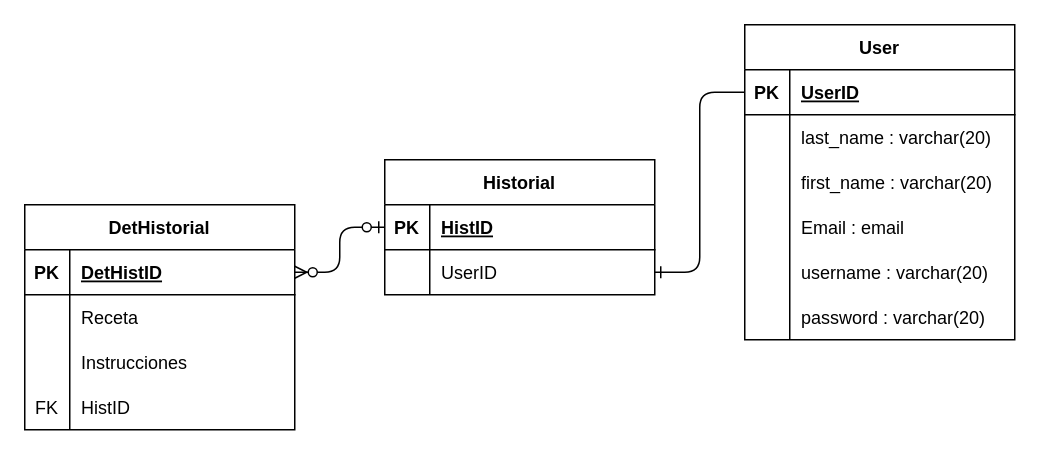
Earlier version of the draw.io diagram diagramas/database.drawio (alejandg1/SmartCook). Source tidied: cells renumbered, new cells numbered last; positions are measured from the earlier drawing's top-left corner, leaving out a move shared by most shapes. Both pictures are drawn from the tidied source at 150%, with x=0, y=0 at pixel (24, 24).
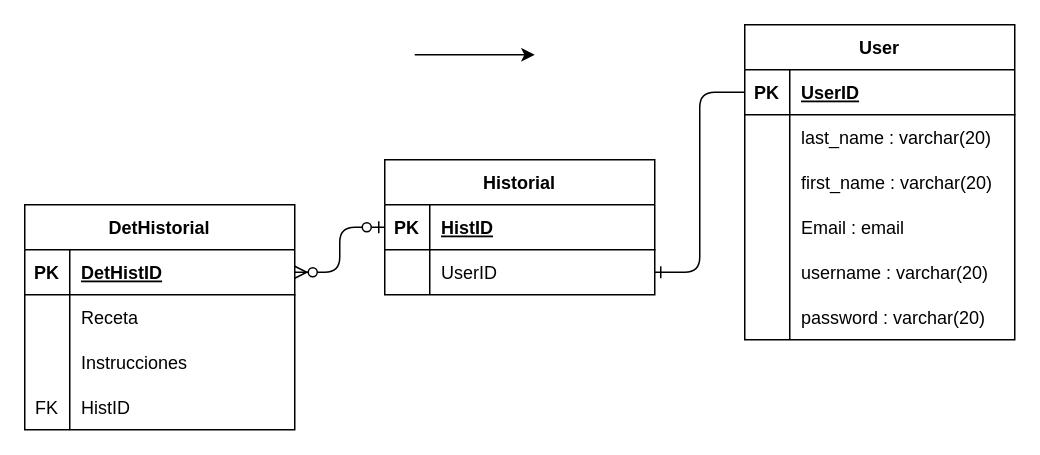
The same page after the edit.

The edit, as a diff of the source:
```diff
@@
+    <mxCell id="43" style="edgeStyle=none;orthogonalLoop=1;jettySize=auto;html=1;" parent="1" edge="1">
+      <mxGeometry relative="1" as="geometry">
+        <mxPoint x="260" y="20" as="sourcePoint" />
+        <mxPoint x="340" y="20" as="targetPoint" />
+      </mxGeometry>
+    </mxCell>
```
